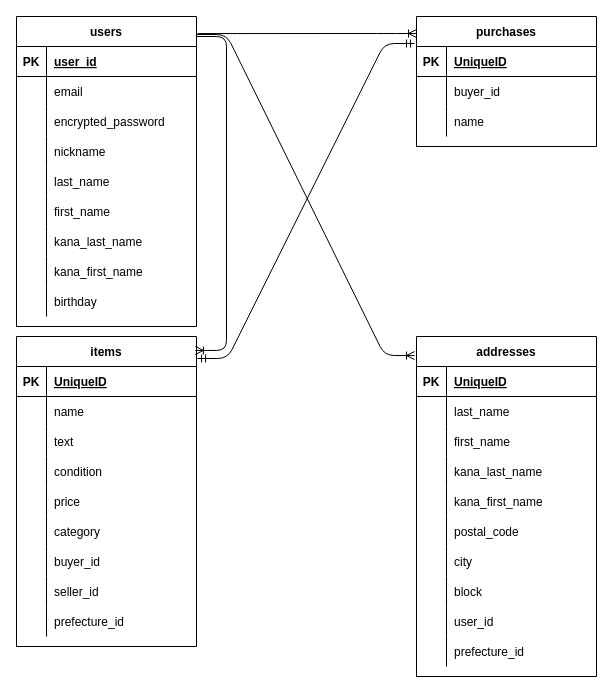
The draw.io diagram furima.dio in yossy2424/furima-38000, before the edit. Source tidied: cells renumbered, new cells numbered last; positions are measured from the earlier drawing's top-left corner, leaving out a move shared by most shapes. Both pictures are drawn from the tidied source at 100%, with x=0, y=0 at pixel (16, 16).
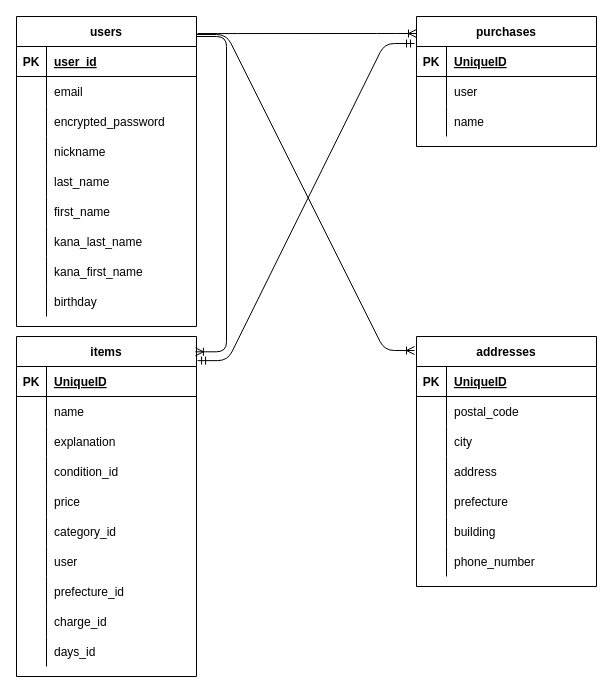
Above is the later version.

The change refers to these unchanged cells:
```xml
<mxCell id="9" style="shape=partialRectangle;fillColor=none;top=0;left=0;bottom=0;right=0;" parent="2" vertex="1">
  <mxGeometry y="90" width="180" height="30" as="geometry" />
</mxCell>
<mxCell id="12" style="shape=partialRectangle;fillColor=none;top=0;left=0;bottom=0;right=0;" parent="2" vertex="1">
  <mxGeometry y="120" width="180" height="30" as="geometry" />
</mxCell>
<mxCell id="18" style="shape=partialRectangle;fillColor=none;top=0;left=0;bottom=0;right=0;" parent="2" vertex="1">
  <mxGeometry y="180" width="180" height="30" as="geometry" />
</mxCell>
<mxCell id="21" style="shape=partialRectangle;fillColor=none;top=0;left=0;bottom=0;right=0;" parent="2" vertex="1">
  <mxGeometry y="210" width="180" height="30" as="geometry" />
</mxCell>
<mxCell id="24" style="shape=partialRectangle;fillColor=none;top=0;left=0;bottom=0;right=0;" parent="2" vertex="1">
  <mxGeometry y="240" width="180" height="30" as="geometry" />
</mxCell>
<mxCell id="27" style="shape=partialRectangle;fillColor=none;top=0;left=0;bottom=0;right=0;" parent="2" vertex="1">
  <mxGeometry y="270" width="180" height="30" as="geometry" />
</mxCell>
<mxCell id="34" style="shape=partialRectangle;fillColor=none;top=0;left=0;bottom=0;right=0;" parent="30" vertex="1">
  <mxGeometry y="60" width="180" height="30" as="geometry" />
</mxCell>
<mxCell id="72" style="shape=partialRectangle;fillColor=none;top=0;left=0;bottom=0;right=0;" parent="68" vertex="1">
  <mxGeometry y="60" width="180" height="30" as="geometry" />
</mxCell>
<mxCell id="75" style="shape=partialRectangle;fillColor=none;top=0;left=0;bottom=0;right=0;" parent="68" vertex="1">
  <mxGeometry y="90" width="180" height="30" as="geometry" />
</mxCell>
<mxCell id="78" style="shape=partialRectangle;fillColor=none;top=0;left=0;bottom=0;right=0;" parent="68" vertex="1">
  <mxGeometry y="120" width="180" height="30" as="geometry" />
</mxCell>
<mxCell id="81" style="shape=partialRectangle;fillColor=none;top=0;left=0;bottom=0;right=0;" parent="68" vertex="1">
  <mxGeometry y="150" width="180" height="30" as="geometry" />
</mxCell>
<mxCell id="84" style="shape=partialRectangle;fillColor=none;top=0;left=0;bottom=0;right=0;" parent="68" vertex="1">
  <mxGeometry y="180" width="180" height="30" as="geometry" />
</mxCell>
<mxCell id="87" style="shape=partialRectangle;fillColor=none;top=0;left=0;bottom=0;right=0;" parent="68" vertex="1">
  <mxGeometry y="210" width="180" height="30" as="geometry" />
</mxCell>
```

Change to the diagram source:
```diff
@@
     <mxCell id="2" value="items" style="shape=table;startSize=30;childLayout=tableLayout;rowLines=0;fontStyle=1;align=center;" parent="1" vertex="1">
-      <mxGeometry y="320" width="180" height="310" as="geometry" />
+      <mxGeometry y="320" width="180" height="340" as="geometry" />
     </mxCell>
@@
-    <mxCell id="11" value="text" style="shape=partialRectangle;fillColor=none;top=0;left=0;bottom=0;right=0;align=left;spacingLeft=6;overflow=hidden;" parent="9" vertex="1">
+    <mxCell id="11" value="explanation" style="shape=partialRectangle;fillColor=none;top=0;left=0;bottom=0;right=0;align=left;spacingLeft=6;overflow=hidden;" parent="9" vertex="1">
       <mxGeometry x="30" width="150" height="30" as="geometry" />
     </mxCell>
@@
-    <mxCell id="14" value="condition" style="shape=partialRectangle;fillColor=none;top=0;left=0;bottom=0;right=0;align=left;spacingLeft=6;overflow=hidden;" parent="12" vertex="1">
+    <mxCell id="14" value="condition_id" style="shape=partialRectangle;fillColor=none;top=0;left=0;bottom=0;right=0;align=left;spacingLeft=6;overflow=hidden;" parent="12" vertex="1">
       <mxGeometry x="30" width="150" height="30" as="geometry" />
     </mxCell>
@@
-    <mxCell id="20" value="category" style="shape=partialRectangle;fillColor=none;top=0;left=0;bottom=0;right=0;align=left;spacingLeft=6;overflow=hidden;" parent="18" vertex="1">
+    <mxCell id="20" value="category_id" style="shape=partialRectangle;fillColor=none;top=0;left=0;bottom=0;right=0;align=left;spacingLeft=6;overflow=hidden;" parent="18" vertex="1">
       <mxGeometry x="30" width="150" height="30" as="geometry" />
     </mxCell>
@@
-    <mxCell id="23" value="buyer_id" style="shape=partialRectangle;fillColor=none;top=0;left=0;bottom=0;right=0;align=left;spacingLeft=6;overflow=hidden;" parent="21" vertex="1">
+    <mxCell id="23" value="user" style="shape=partialRectangle;fillColor=none;top=0;left=0;bottom=0;right=0;align=left;spacingLeft=6;overflow=hidden;" parent="21" vertex="1">
       <mxGeometry x="30" width="150" height="30" as="geometry" />
     </mxCell>
@@
-    <mxCell id="26" value="seller_id" style="shape=partialRectangle;fillColor=none;top=0;left=0;bottom=0;right=0;align=left;spacingLeft=6;overflow=hidden;" parent="24" vertex="1">
+    <mxCell id="26" value="prefecture_id" style="shape=partialRectangle;fillColor=none;top=0;left=0;bottom=0;right=0;align=left;spacingLeft=6;overflow=hidden;" parent="24" vertex="1">
       <mxGeometry x="30" width="150" height="30" as="geometry" />
     </mxCell>
@@
-    <mxCell id="29" value="prefecture_id" style="shape=partialRectangle;fillColor=none;top=0;left=0;bottom=0;right=0;align=left;spacingLeft=6;overflow=hidden;" parent="27" vertex="1">
+    <mxCell id="29" value="charge_id" style="shape=partialRectangle;fillColor=none;top=0;left=0;bottom=0;right=0;align=left;spacingLeft=6;overflow=hidden;" parent="27" vertex="1">
       <mxGeometry x="30" width="150" height="30" as="geometry" />
     </mxCell>
+    <mxCell id="96" style="shape=partialRectangle;fillColor=none;top=0;left=0;bottom=0;right=0;" parent="2" vertex="1">
+      <mxGeometry y="300" width="180" height="30" as="geometry" />
+    </mxCell>
+    <mxCell id="103" style="shape=partialRectangle;fillColor=none;top=0;left=0;bottom=0;right=0;overflow=hidden;" parent="96" vertex="1">
+      <mxGeometry width="30" height="30" as="geometry" />
+    </mxCell>
+    <mxCell id="104" value="days_id" style="shape=partialRectangle;fillColor=none;top=0;left=0;bottom=0;right=0;align=left;spacingLeft=6;overflow=hidden;" parent="96" vertex="1">
+      <mxGeometry x="30" width="150" height="30" as="geometry" />
+    </mxCell>
@@
-    <mxCell id="36" value="buyer_id" style="shape=partialRectangle;fillColor=none;top=0;left=0;bottom=0;right=0;align=left;spacingLeft=6;overflow=hidden;" parent="34" vertex="1">
+    <mxCell id="36" value="user" style="shape=partialRectangle;fillColor=none;top=0;left=0;bottom=0;right=0;align=left;spacingLeft=6;overflow=hidden;" parent="34" vertex="1">
       <mxGeometry x="30" width="150" height="30" as="geometry" />
     </mxCell>
@@
     <mxCell id="68" value="addresses" style="shape=table;startSize=30;childLayout=tableLayout;rowLines=0;fontStyle=1;align=center;" parent="1" vertex="1">
-      <mxGeometry x="400" y="320" width="180" height="340" as="geometry" />
+      <mxGeometry x="400" y="320" width="180" height="250" as="geometry" />
     </mxCell>
@@
-    <mxCell id="74" value="last_name" style="shape=partialRectangle;fillColor=none;top=0;left=0;bottom=0;right=0;align=left;spacingLeft=6;overflow=hidden;" parent="72" vertex="1">
+    <mxCell id="74" value="postal_code" style="shape=partialRectangle;fillColor=none;top=0;left=0;bottom=0;right=0;align=left;spacingLeft=6;overflow=hidden;" parent="72" vertex="1">
       <mxGeometry x="30" width="150" height="30" as="geometry" />
     </mxCell>
@@
-    <mxCell id="77" value="first_name" style="shape=partialRectangle;fillColor=none;top=0;left=0;bottom=0;right=0;align=left;spacingLeft=6;overflow=hidden;" parent="75" vertex="1">
+    <mxCell id="77" value="city" style="shape=partialRectangle;fillColor=none;top=0;left=0;bottom=0;right=0;align=left;spacingLeft=6;overflow=hidden;" parent="75" vertex="1">
       <mxGeometry x="30" width="150" height="30" as="geometry" />
     </mxCell>
@@
-    <mxCell id="80" value="kana_last_name" style="shape=partialRectangle;fillColor=none;top=0;left=0;bottom=0;right=0;align=left;spacingLeft=6;overflow=hidden;" parent="78" vertex="1">
+    <mxCell id="80" value="address" style="shape=partialRectangle;fillColor=none;top=0;left=0;bottom=0;right=0;align=left;spacingLeft=6;overflow=hidden;" parent="78" vertex="1">
       <mxGeometry x="30" width="150" height="30" as="geometry" />
     </mxCell>
@@
-    <mxCell id="83" value="kana_first_name" style="shape=partialRectangle;fillColor=none;top=0;left=0;bottom=0;right=0;align=left;spacingLeft=6;overflow=hidden;" parent="81" vertex="1">
+    <mxCell id="83" value="prefecture" style="shape=partialRectangle;fillColor=none;top=0;left=0;bottom=0;right=0;align=left;spacingLeft=6;overflow=hidden;" parent="81" vertex="1">
       <mxGeometry x="30" width="150" height="30" as="geometry" />
     </mxCell>
@@
-    <mxCell id="86" value="postal_code" style="shape=partialRectangle;fillColor=none;top=0;left=0;bottom=0;right=0;align=left;spacingLeft=6;overflow=hidden;" parent="84" vertex="1">
+    <mxCell id="86" value="building" style="shape=partialRectangle;fillColor=none;top=0;left=0;bottom=0;right=0;align=left;spacingLeft=6;overflow=hidden;" parent="84" vertex="1">
       <mxGeometry x="30" width="150" height="30" as="geometry" />
     </mxCell>
@@
-    <mxCell id="89" value="city" style="shape=partialRectangle;fillColor=none;top=0;left=0;bottom=0;right=0;align=left;spacingLeft=6;overflow=hidden;" parent="87" vertex="1">
+    <mxCell id="89" value="phone_number" style="shape=partialRectangle;fillColor=none;top=0;left=0;bottom=0;right=0;align=left;spacingLeft=6;overflow=hidden;" parent="87" vertex="1">
       <mxGeometry x="30" width="150" height="30" as="geometry" />
     </mxCell>
-    <mxCell id="90" style="shape=partialRectangle;fillColor=none;top=0;left=0;bottom=0;right=0;" parent="68" vertex="1">
-      <mxGeometry y="240" width="180" height="30" as="geometry" />
-    </mxCell>
-    <mxCell id="91" style="shape=partialRectangle;fillColor=none;top=0;left=0;bottom=0;right=0;overflow=hidden;" parent="90" vertex="1">
-      <mxGeometry width="30" height="30" as="geometry" />
-    </mxCell>
-    <mxCell id="92" value="block" style="shape=partialRectangle;fillColor=none;top=0;left=0;bottom=0;right=0;align=left;spacingLeft=6;overflow=hidden;" parent="90" vertex="1">
-      <mxGeometry x="30" width="150" height="30" as="geometry" />
-    </mxCell>
-    <mxCell id="93" style="shape=partialRectangle;fillColor=none;top=0;left=0;bottom=0;right=0;" parent="68" vertex="1">
-      <mxGeometry y="270" width="180" height="30" as="geometry" />
-    </mxCell>
-    <mxCell id="94" style="shape=partialRectangle;fillColor=none;top=0;left=0;bottom=0;right=0;overflow=hidden;" parent="93" vertex="1">
-      <mxGeometry width="30" height="30" as="geometry" />
-    </mxCell>
-    <mxCell id="95" value="user_id" style="shape=partialRectangle;fillColor=none;top=0;left=0;bottom=0;right=0;align=left;spacingLeft=6;overflow=hidden;" parent="93" vertex="1">
-      <mxGeometry x="30" width="150" height="30" as="geometry" />
-    </mxCell>
-    <mxCell id="96" style="shape=partialRectangle;fillColor=none;top=0;left=0;bottom=0;right=0;" parent="68" vertex="1">
-      <mxGeometry y="300" width="180" height="30" as="geometry" />
-    </mxCell>
-    <mxCell id="97" style="shape=partialRectangle;fillColor=none;top=0;left=0;bottom=0;right=0;overflow=hidden;" parent="96" vertex="1">
-      <mxGeometry width="30" height="30" as="geometry" />
-    </mxCell>
-    <mxCell id="98" value="prefecture_id" style="shape=partialRectangle;fillColor=none;top=0;left=0;bottom=0;right=0;align=left;spacingLeft=6;overflow=hidden;" parent="96" vertex="1">
-      <mxGeometry x="30" width="150" height="30" as="geometry" />
-    </mxCell>
```
